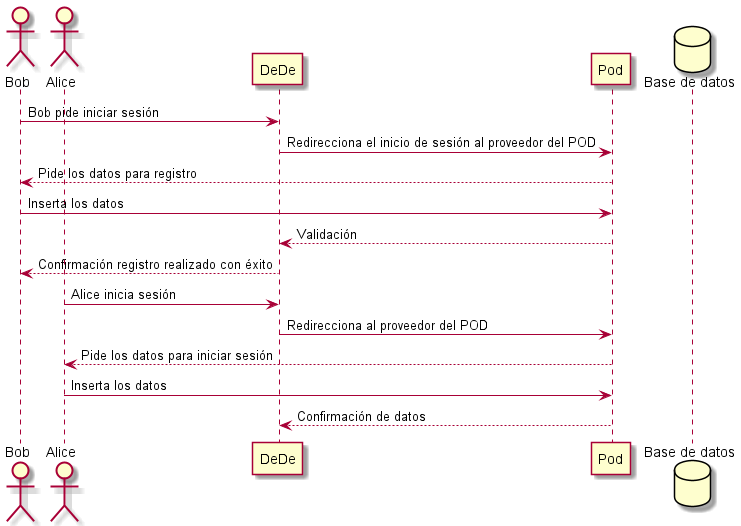
Above: images/06_runtime_registro.png in Arquisoft/dede_es6b (PlantUML), before the change.
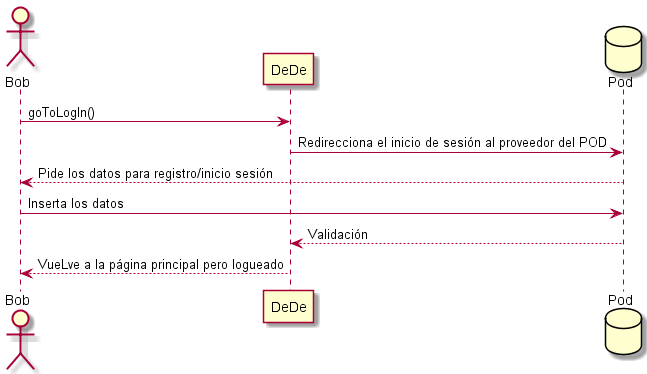
Above is the later version.

Diff of the diagram source:
```diff
@@ -1,18 +1,11 @@
 @startuml
 actor Bob
-actor Alice
 participant DeDe
-participant Pod
-database bd as "Base de datos"
-Bob -> DeDe: Bob pide iniciar sesión
+database Pod
+Bob -> DeDe: goToLogIn()
 DeDe -> Pod: Redirecciona el inicio de sesión al proveedor del POD
-Bob <-- Pod: Pide los datos para registro
+Bob <-- Pod: Pide los datos para registro/inicio sesión
 Bob -> Pod: Inserta los datos
 DeDe <-- Pod: Validación
-Bob <-- DeDe: Confirmación registro realizado con éxito
-Alice -> DeDe: Alice inicia sesión
-DeDe -> Pod: Redirecciona al proveedor del POD
-Alice <-- Pod: Pide los datos para iniciar sesión
-Alice -> Pod: Inserta los datos
-DeDe <-- Pod: Confirmación de datos
+Bob <-- DeDe: VueLve a la página principal pero logueado
 @enduml
```
